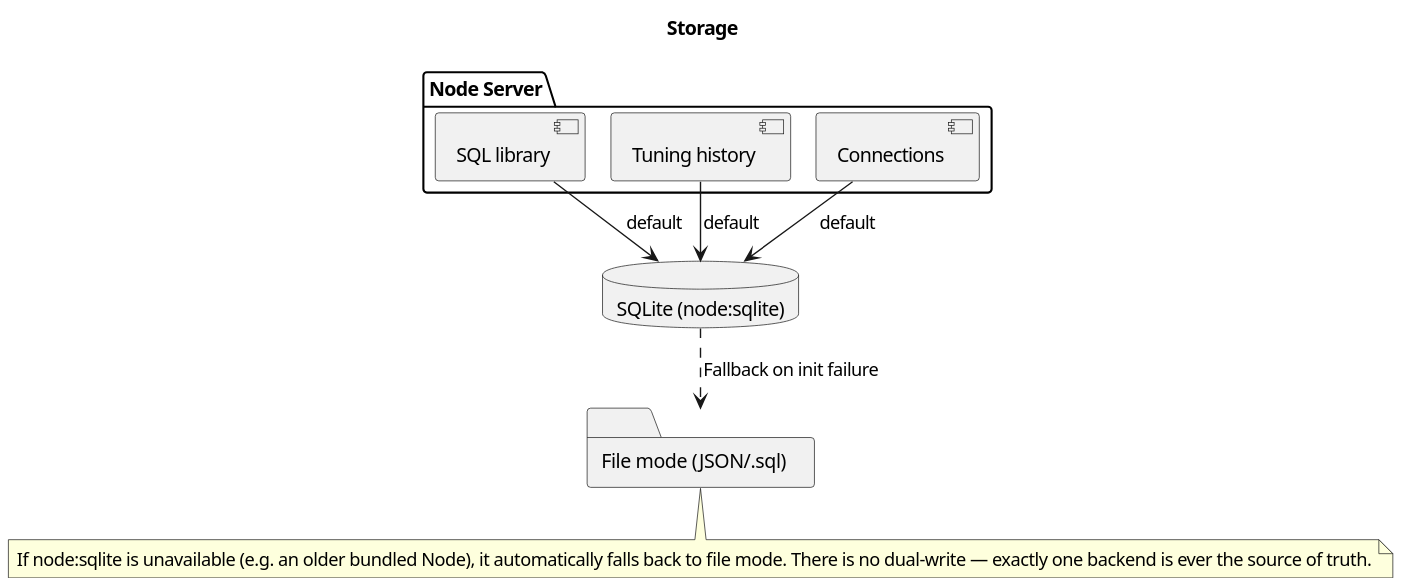
Above: web/design/storage.en.svg in farmerkweon/OracleTuner (PlantUML), before the change.
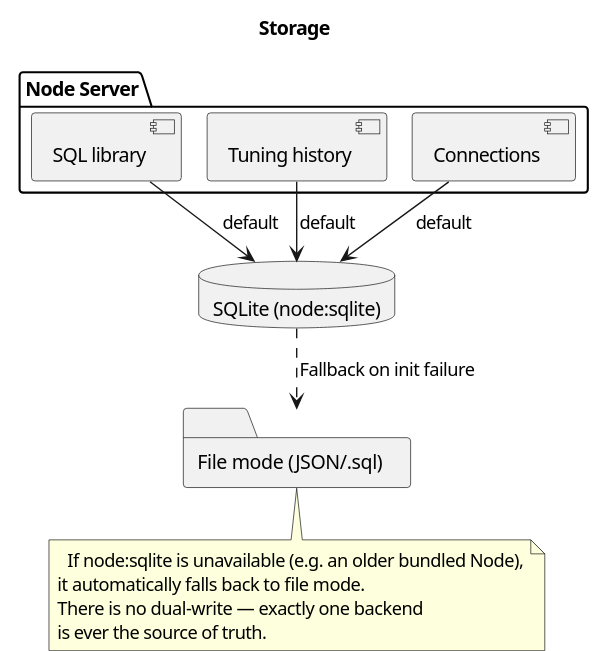
Later version of the same file.

The edit, as a diff of the source:
```diff
@@ -19,6 +19,9 @@
 SQLITE ..> FILES : Fallback on init failure
 
 note bottom of FILES
-  If node:sqlite is unavailable (e.g. an older bundled Node), it automatically falls back to file mode. There is no dual-write — exactly one backend is ever the source of truth.
+  If node:sqlite is unavailable (e.g. an older bundled Node),
+it automatically falls back to file mode.
+There is no dual-write — exactly one backend
+is ever the source of truth.
 end note
 @enduml
```
